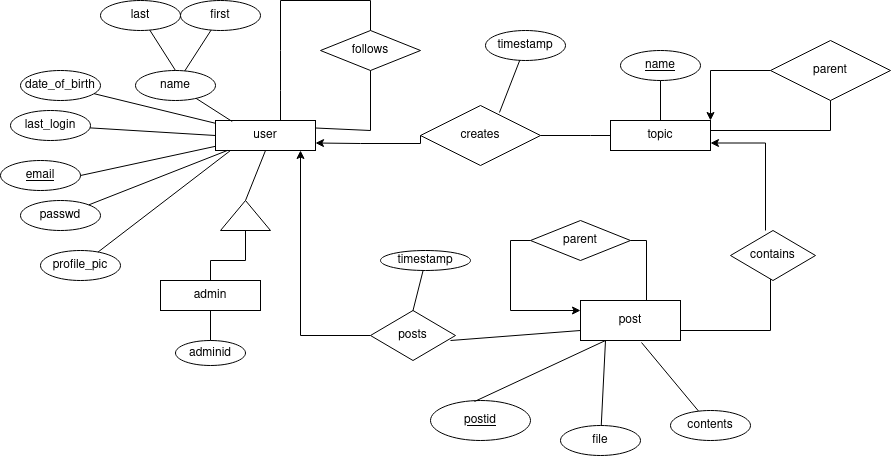
This is doc/diagrams/ER/entity_relationship_diagram.png from kubatovtamas/uzenetSZTEk, a draw.io export, as it was before one commit. Source tidied: cells renumbered, new cells last; positions are measured from the earlier drawing's top-left corner, leaving out a move shared by most shapes.
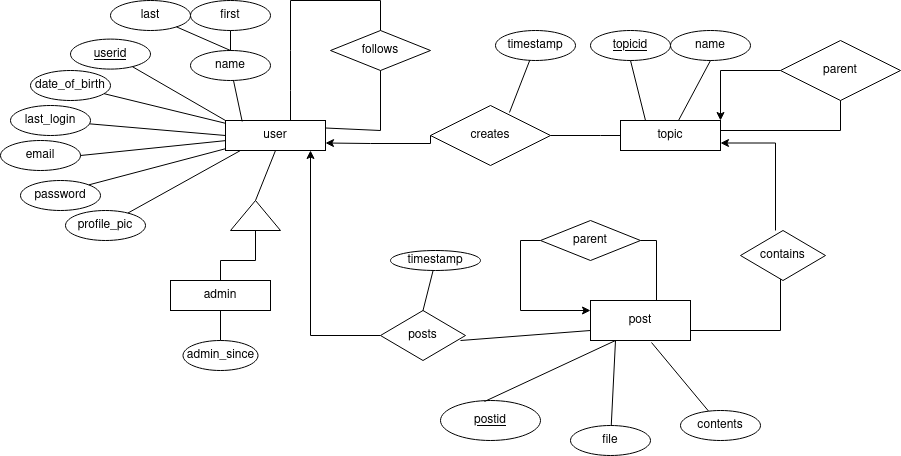
After the change.

Commit message:
Added userid, topicid as primary keys. Removed adminid and added admin_since attribute to admin

Diff of the diagram source:
```diff
@@ -9,16 +9,16 @@
       <mxGeometry x="610" y="120" width="100" height="30" as="geometry" />
     </mxCell>
     <mxCell id="4" value="name" style="ellipse;whiteSpace=wrap;html=1;" parent="1" vertex="1">
-      <mxGeometry x="135" y="70" width="80" height="30" as="geometry" />
+      <mxGeometry x="180" y="50" width="80" height="30" as="geometry" />
     </mxCell>
-    <mxCell id="5" value="&lt;u&gt;email&lt;/u&gt;" style="ellipse;whiteSpace=wrap;html=1;" parent="1" vertex="1">
-      <mxGeometry y="160" width="80" height="30" as="geometry" />
+    <mxCell id="5" value="email" style="ellipse;whiteSpace=wrap;html=1;" parent="1" vertex="1">
+      <mxGeometry x="-10" y="140" width="80" height="30" as="geometry" />
     </mxCell>
     <mxCell id="6" value="date_of_birth" style="ellipse;whiteSpace=wrap;html=1;" parent="1" vertex="1">
       <mxGeometry x="20" y="70" width="80" height="30" as="geometry" />
     </mxCell>
     <mxCell id="7" value="last_login" style="ellipse;whiteSpace=wrap;html=1;" parent="1" vertex="1">
-      <mxGeometry x="10" y="110" width="80" height="30" as="geometry" />
+      <mxGeometry y="105" width="80" height="30" as="geometry" />
     </mxCell>
     <mxCell id="8" style="endArrow=none;html=1;" parent="1" edge="1" source="2" target="6">
       <mxGeometry relative="1" as="geometry" />
@@ -48,8 +48,8 @@
         <mxPoint x="411.4" y="314.3" as="sourcePoint" />
       </mxGeometry>
     </mxCell>
-    <mxCell id="16" value="&lt;u&gt;name&lt;/u&gt;" style="ellipse;whiteSpace=wrap;html=1;" parent="1" vertex="1">
-      <mxGeometry x="620" y="50" width="80" height="30" as="geometry" />
+    <mxCell id="16" value="name" style="ellipse;whiteSpace=wrap;html=1;" parent="1" vertex="1">
+      <mxGeometry x="660" y="30" width="80" height="30" as="geometry" />
     </mxCell>
     <mxCell id="17" style="endArrow=none;html=1;exitX=0.5;exitY=1;exitDx=0;exitDy=0;" parent="1" edge="1" source="16" target="3">
       <mxGeometry relative="1" as="geometry" />
@@ -141,8 +141,8 @@
         </Array>
       </mxGeometry>
     </mxCell>
-    <mxCell id="34" value="passwd" style="ellipse;whiteSpace=wrap;html=1;align=center;" parent="1" vertex="1">
-      <mxGeometry x="20" y="200" width="80" height="30" as="geometry" />
+    <mxCell id="34" value="password" style="ellipse;whiteSpace=wrap;html=1;align=center;" parent="1" vertex="1">
+      <mxGeometry x="10" y="180" width="80" height="30" as="geometry" />
     </mxCell>
     <mxCell id="35" style="endArrow=none;html=1;rounded=0;exitX=1;exitY=0;exitDx=0;exitDy=0;" parent="1" edge="1" source="34" target="2">
       <mxGeometry relative="1" as="geometry" />
@@ -156,7 +156,7 @@
       </mxGeometry>
     </mxCell>
     <mxCell id="38" value="&lt;div&gt;profile_pic&lt;/div&gt;" style="ellipse;whiteSpace=wrap;html=1;" parent="1" vertex="1">
-      <mxGeometry x="40" y="250" width="80" height="30" as="geometry" />
+      <mxGeometry x="55" y="210" width="80" height="30" as="geometry" />
     </mxCell>
     <mxCell id="39" style="endArrow=none;html=1;exitX=0.15;exitY=1;exitDx=0;exitDy=0;exitPerimeter=0;" parent="1" edge="1" source="2" target="38">
       <mxGeometry relative="1" as="geometry" />
@@ -215,8 +215,8 @@
     <mxCell id="51" value="contains" style="shape=rhombus;perimeter=rhombusPerimeter;whiteSpace=wrap;html=1;align=center;" parent="1" vertex="1">
       <mxGeometry x="730" y="230" width="85" height="50" as="geometry" />
     </mxCell>
-    <mxCell id="52" value="adminid" style="ellipse;whiteSpace=wrap;html=1;align=center;" parent="1" vertex="1">
-      <mxGeometry x="175" y="340" width="70" height="25" as="geometry" />
+    <mxCell id="52" value="admin_since" style="ellipse;whiteSpace=wrap;html=1;align=center;" parent="1" vertex="1">
+      <mxGeometry x="172.5" y="340" width="75" height="30" as="geometry" />
     </mxCell>
     <mxCell id="53" style="endArrow=none;html=1;rounded=0;" parent="1" edge="1" source="52" target="55">
       <mxGeometry relative="1" as="geometry" />
@@ -241,5 +241,17 @@
         </Array>
       </mxGeometry>
     </mxCell>
+    <mxCell id="59" value="&lt;u&gt;userid&lt;/u&gt;" style="ellipse;whiteSpace=wrap;html=1;" parent="1" vertex="1">
+      <mxGeometry x="60" y="38.6" width="80" height="30" as="geometry" />
+    </mxCell>
+    <mxCell id="60" style="endArrow=none;html=1;exitX=0;exitY=0;exitDx=0;exitDy=0;" parent="1" edge="1" source="2" target="59">
+      <mxGeometry relative="1" as="geometry" />
+    </mxCell>
+    <mxCell id="61" value="&lt;u&gt;topicid&lt;/u&gt;" style="ellipse;whiteSpace=wrap;html=1;" parent="1" vertex="1">
+      <mxGeometry x="580" y="30" width="80" height="30" as="geometry" />
+    </mxCell>
+    <mxCell id="62" style="endArrow=none;html=1;exitX=0.5;exitY=1;exitDx=0;exitDy=0;entryX=0.25;entryY=0;entryDx=0;entryDy=0;" parent="1" edge="1" source="61" target="3">
+      <mxGeometry relative="1" as="geometry" />
+    </mxCell>
   </root>
 </mxGraphModel>
```
